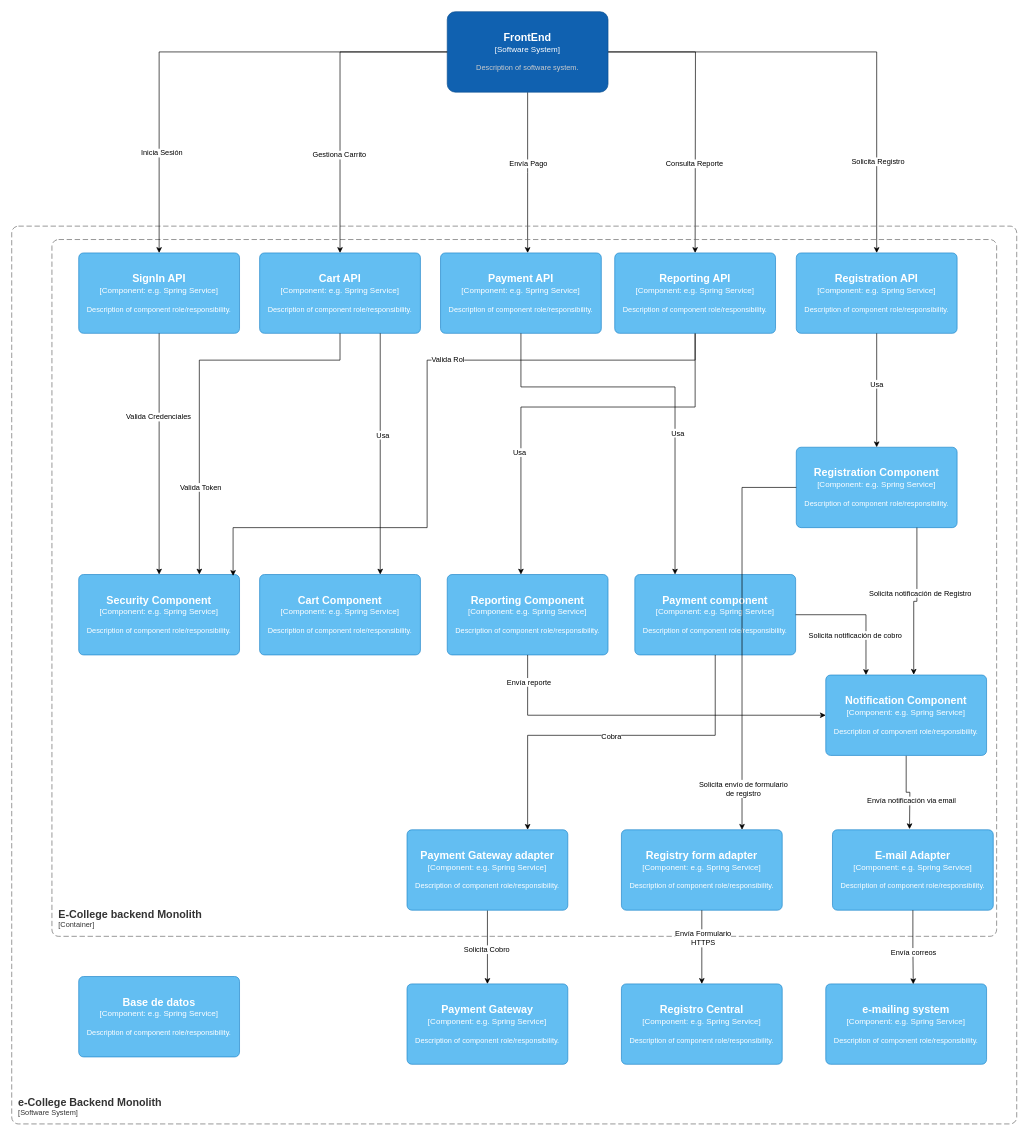
Before: examples/ecollege/component-diagram.drawio in miguesj-hub/drawio-to-structurizr, a draw.io diagram. Source tidied: cells renumbered, new cells numbered last; positions are measured from the earlier drawing's top-left corner, leaving out a move shared by most shapes. Both pictures are drawn from the tidied source at 67%, with x=0, y=0 at pixel (11, 11).
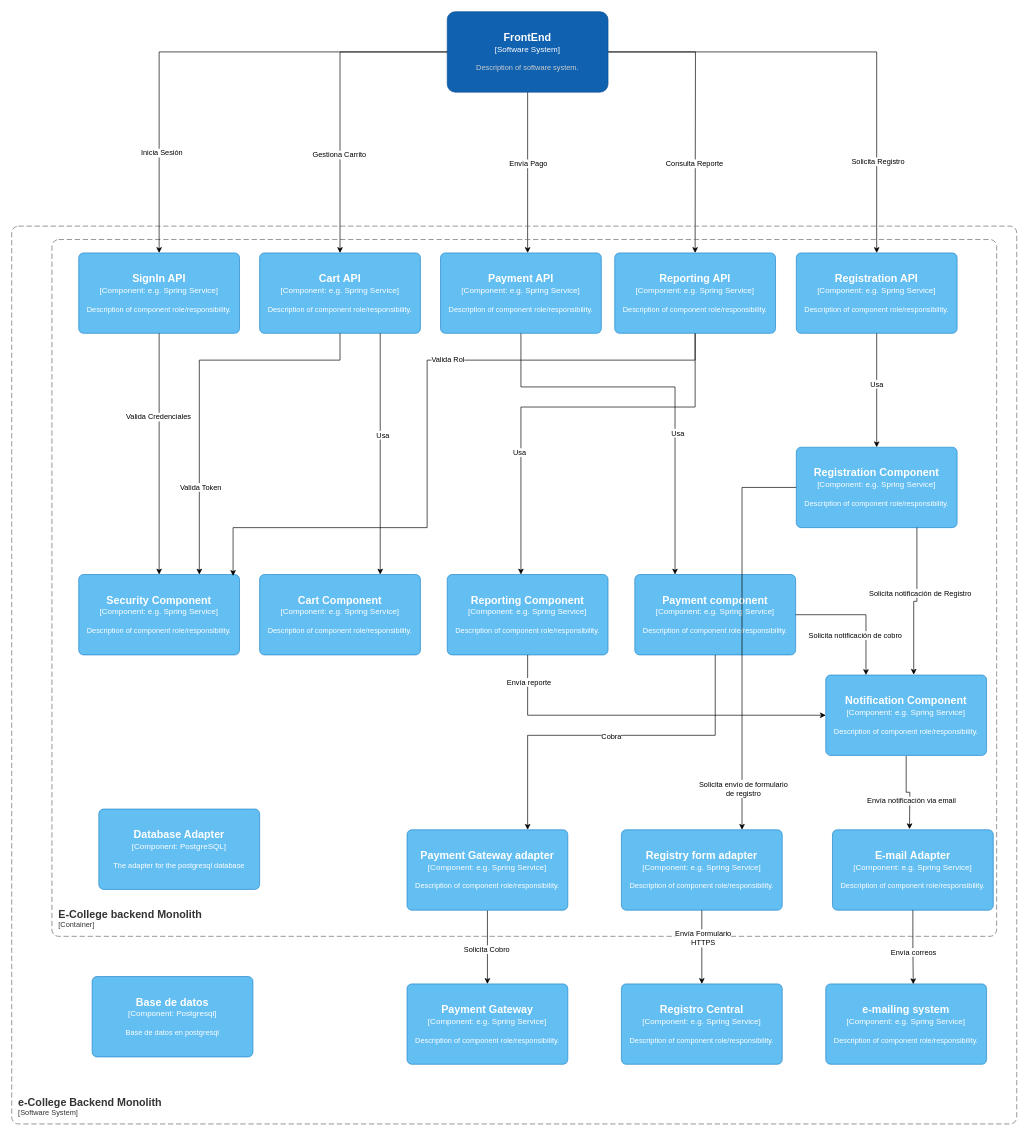
The same diagram, later.

Diff of the diagram source:
```diff
@@
-    <object id="16" label="&lt;font style=&quot;font-size: 16px&quot;&gt;&lt;b&gt;%c4Name%&lt;/b&gt;&lt;/font&gt;&lt;div&gt;[%c4Type%: %c4Technology%]&lt;/div&gt;&lt;br&gt;&lt;div&gt;&lt;font style=&quot;font-size: 11px&quot;&gt;%c4Description%&lt;/font&gt;&lt;/div&gt;" c4Description="Description of component role/responsibility." c4Name="Base de datos" c4Technology="e.g. Spring Service" c4Type="Component" placeholders="1">
+    <object id="16" label="&lt;font style=&quot;font-size: 16px&quot;&gt;&lt;b&gt;%c4Name%&lt;/b&gt;&lt;/font&gt;&lt;div&gt;[%c4Type%: %c4Technology%]&lt;/div&gt;&lt;br&gt;&lt;div&gt;&lt;font style=&quot;font-size: 11px&quot;&gt;%c4Description%&lt;/font&gt;&lt;/div&gt;" c4Description="Base de datos en postgresql" c4Name="Base de datos" c4Technology="Postgresql" c4Type="Component" placeholders="1">
       <mxCell style="rounded=1;whiteSpace=wrap;html=1;labelBackgroundColor=none;fillColor=#63BEF2;fontColor=#ffffff;align=center;arcSize=6;strokeColor=#2086C9;" parent="1" vertex="1">
-        <mxGeometry x="100" y="1440" width="240" height="120" as="geometry" />
+        <mxGeometry x="120" y="1440" width="240" height="120" as="geometry" />
       </mxCell>
     </object>
@@
+    <object id="65" label="&lt;font style=&quot;font-size: 16px&quot;&gt;&lt;b&gt;%c4Name%&lt;/b&gt;&lt;/font&gt;&lt;div&gt;[%c4Type%: %c4Technology%]&lt;/div&gt;&lt;br&gt;&lt;div&gt;&lt;font style=&quot;font-size: 11px&quot;&gt;%c4Description%&lt;/font&gt;&lt;/div&gt;" c4Description="The adapter for the postgresql database" c4Name="Database Adapter" c4Technology="PostgreSQL" c4Type="Component" placeholders="1">
+      <mxCell style="rounded=1;whiteSpace=wrap;html=1;labelBackgroundColor=none;fillColor=#63BEF2;fontColor=#ffffff;align=center;arcSize=6;strokeColor=#2086C9;" parent="1" vertex="1">
+        <mxGeometry x="130" y="1190" width="240" height="120" as="geometry" />
+      </mxCell>
+    </object>
```
